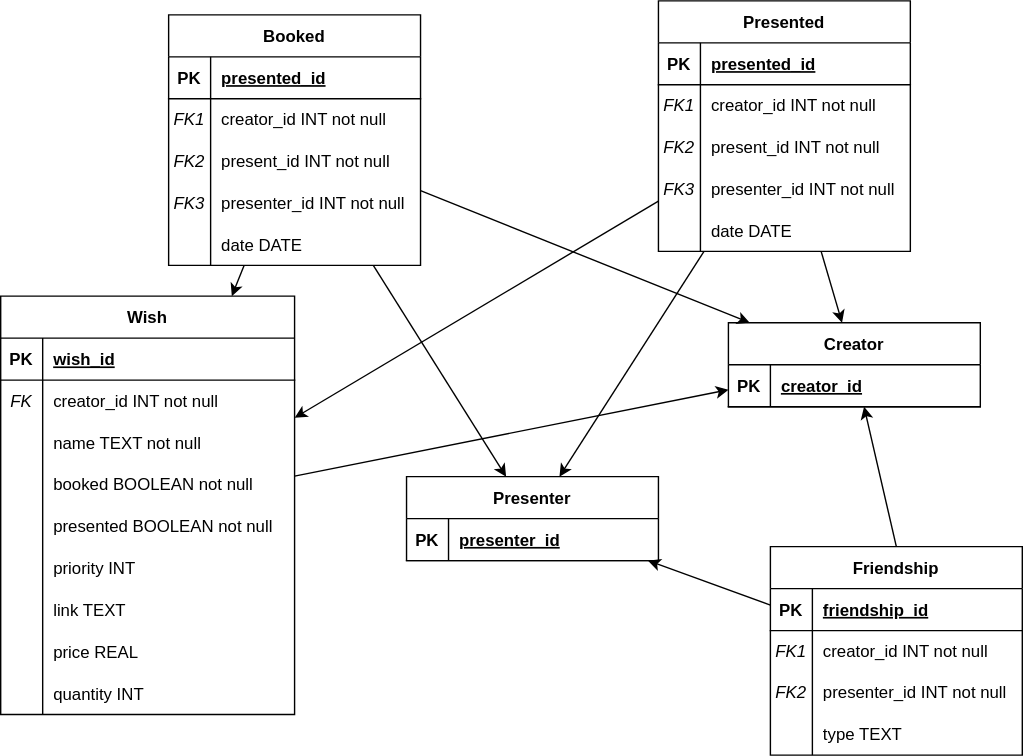
Earlier version of the draw.io export db_schema.svg (olegfafurin/lauzhack-2022). Source tidied: cells renumbered, new cells last; positions are measured from the earlier drawing's top-left corner, leaving out a move shared by most shapes.
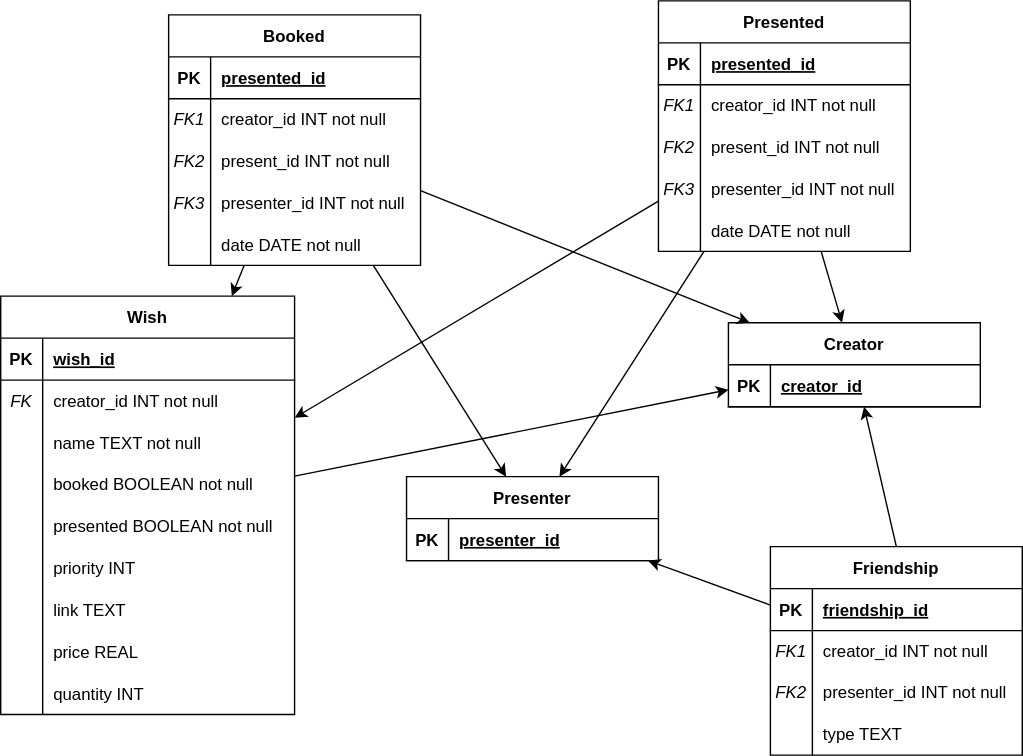
Later version of the same file.

Commit message:
Add sorted search of wish by creator

Diff of the diagram source:
```diff
@@ -155,7 +155,7 @@
     <mxCell id="52" style="shape=partialRectangle;fillColor=none;top=0;left=0;bottom=0;right=0;overflow=hidden;" parent="51" vertex="1">
       <mxGeometry width="30" height="30" as="geometry" />
     </mxCell>
-    <mxCell id="53" value="date DATE" style="shape=partialRectangle;fillColor=none;top=0;left=0;bottom=0;right=0;align=left;spacingLeft=6;overflow=hidden;" parent="51" vertex="1">
+    <mxCell id="53" value="date DATE not null" style="shape=partialRectangle;fillColor=none;top=0;left=0;bottom=0;right=0;align=left;spacingLeft=6;overflow=hidden;" parent="51" vertex="1">
       <mxGeometry x="30" width="150" height="30" as="geometry" />
     </mxCell>
     <mxCell id="54" value="Friendship" style="shape=table;startSize=30;rowLines=0;fontStyle=1;align=center;" parent="1" vertex="1">
@@ -257,7 +257,7 @@
     <mxCell id="86" style="shape=partialRectangle;fillColor=none;top=0;left=0;bottom=0;right=0;overflow=hidden;" parent="85" vertex="1">
       <mxGeometry width="30" height="30" as="geometry" />
     </mxCell>
-    <mxCell id="87" value="date DATE" style="shape=partialRectangle;fillColor=none;top=0;left=0;bottom=0;right=0;align=left;spacingLeft=6;overflow=hidden;" parent="85" vertex="1">
+    <mxCell id="87" value="date DATE not null" style="shape=partialRectangle;fillColor=none;top=0;left=0;bottom=0;right=0;align=left;spacingLeft=6;overflow=hidden;" parent="85" vertex="1">
       <mxGeometry x="30" width="150" height="30" as="geometry" />
     </mxCell>
     <mxCell id="88" style="endArrow=classic;html=1;rounded=0;" parent="1" edge="1" source="72" target="10">
```
